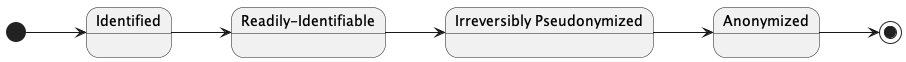
Above: input/images/identifiability-levels.png in IHE/ITI.DeIdHandbook (PlantUML), before the change.
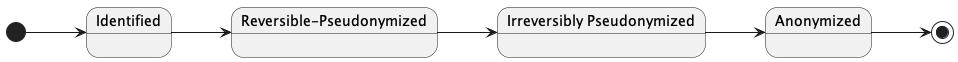
After the commit.

Commit message:
Update terminology: replace 'readily-identifiable' with 'reversible-pseudonymized' throughout documentation and diagrams

What changed in the source:
```diff
@@ -3,7 +3,7 @@
 
 [*] --> Identified
 state "Identified" as Identified
-state "Readily-Identifiable" as Identifiable
+state "Reversible-Pseudonymized" as Identifiable
 state "Irreversibly Pseudonymized" as DeIdentified
 state "Anonymized" as Anonymized
 
```
